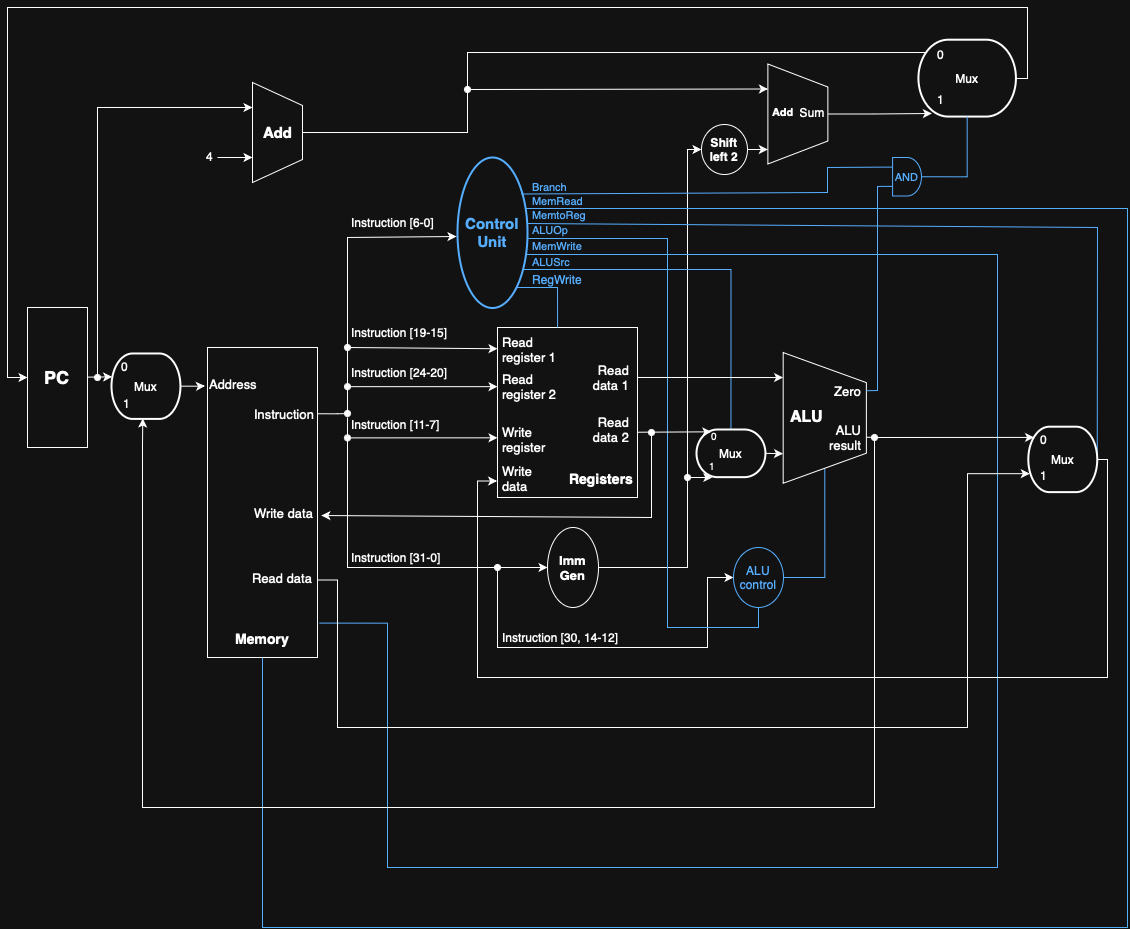
This is Semester4/CSA/Labwork3/schema.png from rmntim/ITMO, a draw.io export, as it was before one commit. Source tidied: cells renumbered, new cells last; positions are measured from the earlier drawing's top-left corner, leaving out a move shared by most shapes.
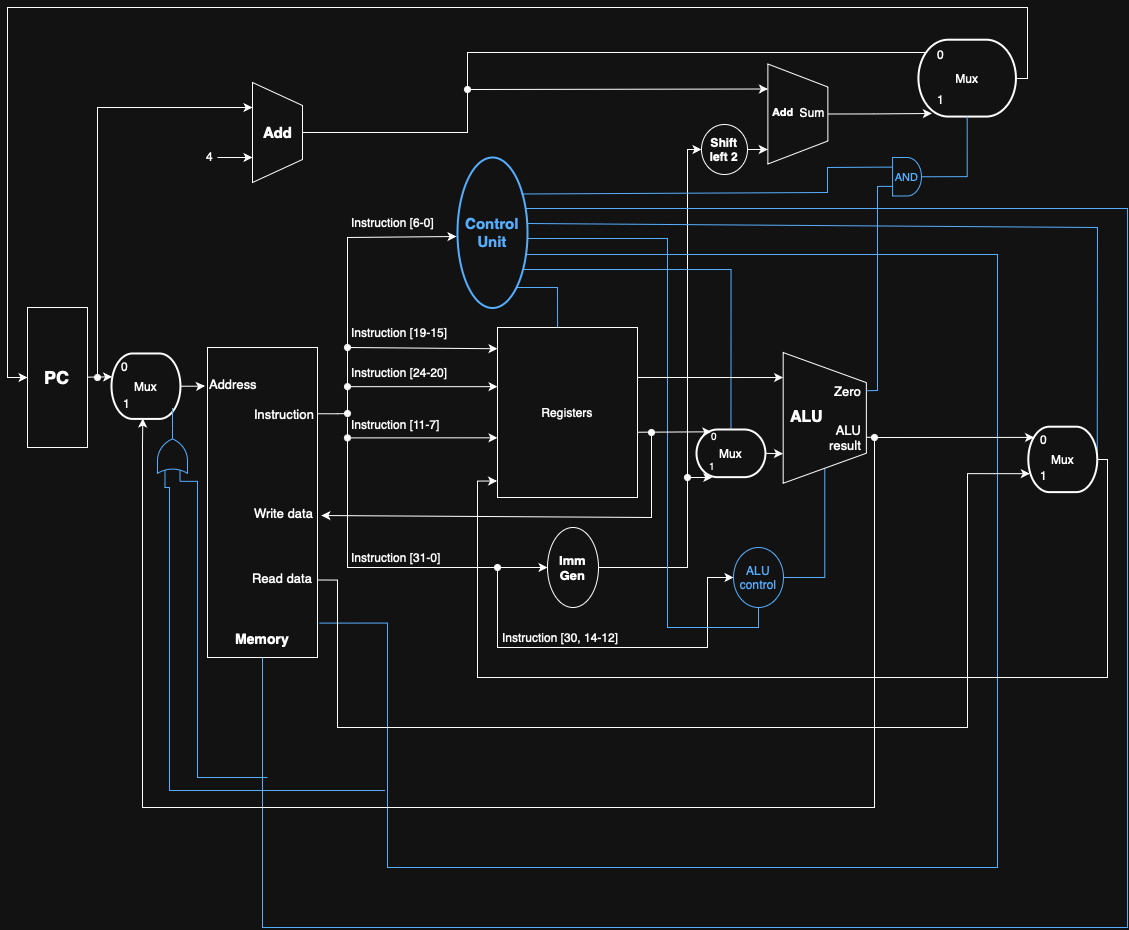
Above is the later version.

Change to the diagram source:
```diff
@@ -55,7 +55,7 @@
     <mxCell id="12" value="&lt;span style=&quot;&quot;&gt;&lt;b&gt;&lt;font style=&quot;font-size: 15px;&quot;&gt;Control&lt;/font&gt;&lt;/b&gt;&lt;/span&gt;&lt;div&gt;&lt;span style=&quot;font-size: 15px;&quot;&gt;&lt;b&gt;Unit&lt;/b&gt;&lt;/span&gt;&lt;/div&gt;" style="strokeWidth=2;html=1;shape=mxgraph.flowchart.start_2;whiteSpace=wrap;strokeColor=#0066CC;fontColor=#0066CC;" parent="1" vertex="1">
       <mxGeometry x="450" y="150" width="70" height="150.5" as="geometry" />
     </mxCell>
-    <mxCell id="13" style="rounded=0;whiteSpace=wrap;html=1;" parent="1" vertex="1">
+    <mxCell id="13" value="Registers" style="rounded=0;whiteSpace=wrap;html=1;" parent="1" vertex="1">
       <mxGeometry x="490" y="320" width="140" height="170" as="geometry" />
     </mxCell>
     <mxCell id="14" style="edgeStyle=orthogonalEdgeStyle;rounded=0;orthogonalLoop=1;jettySize=auto;html=1;exitX=1;exitY=0.5;exitDx=0;exitDy=0;endArrow=oval;endFill=1;" parent="1" edge="1">
@@ -103,18 +103,6 @@
     <mxCell id="23" value="Instruction [6-0]" style="text;html=1;align=left;verticalAlign=middle;strokeColor=none;fillColor=none;" parent="1" vertex="1">
       <mxGeometry x="342" y="200" width="110" height="30" as="geometry" />
     </mxCell>
-    <mxCell id="24" value="Read&lt;div&gt;register 1&lt;/div&gt;" style="text;html=1;align=left;verticalAlign=middle;whiteSpace=wrap;rounded=0;fontSize=13;" parent="1" vertex="1">
-      <mxGeometry x="493" y="327" width="60" height="30" as="geometry" />
-    </mxCell>
-    <mxCell id="25" value="Read&lt;div&gt;register 2&lt;/div&gt;" style="text;html=1;align=left;verticalAlign=middle;whiteSpace=wrap;rounded=0;fontSize=13;" parent="1" vertex="1">
-      <mxGeometry x="493" y="364.4" width="60" height="30" as="geometry" />
-    </mxCell>
-    <mxCell id="26" value="Write&lt;div&gt;register&lt;/div&gt;" style="text;html=1;align=left;verticalAlign=middle;whiteSpace=wrap;rounded=0;fontSize=13;" parent="1" vertex="1">
-      <mxGeometry x="493" y="417" width="60" height="30" as="geometry" />
-    </mxCell>
-    <mxCell id="27" value="Write&lt;div&gt;data&lt;/div&gt;" style="text;html=1;align=left;verticalAlign=middle;whiteSpace=wrap;rounded=0;fontSize=13;" parent="1" vertex="1">
-      <mxGeometry x="493" y="455.7" width="60" height="30" as="geometry" />
-    </mxCell>
     <mxCell id="28" style="edgeStyle=none;jettySize=auto;html=1;rounded=0;entryX=0;entryY=0.125;entryDx=0;entryDy=0;entryPerimeter=0;startArrow=oval;startFill=1;" parent="1" edge="1" target="13">
       <mxGeometry relative="1" as="geometry">
         <mxPoint x="340" y="340" as="sourcePoint" />
@@ -169,15 +157,6 @@
         </Array>
       </mxGeometry>
     </mxCell>
-    <mxCell id="38" value="Read&lt;div&gt;data 1&lt;/div&gt;" style="text;html=1;align=right;verticalAlign=middle;whiteSpace=wrap;rounded=0;fontSize=13;" parent="1" vertex="1">
-      <mxGeometry x="564" y="355" width="60" height="30" as="geometry" />
-    </mxCell>
-    <mxCell id="39" value="Read&lt;div&gt;data 2&lt;/div&gt;" style="text;html=1;align=right;verticalAlign=middle;whiteSpace=wrap;rounded=0;fontSize=13;" parent="1" vertex="1">
-      <mxGeometry x="564" y="407" width="60" height="30" as="geometry" />
-    </mxCell>
-    <mxCell id="40" value="&lt;b&gt;&lt;font&gt;Registers&lt;/font&gt;&lt;/b&gt;" style="text;html=1;align=center;verticalAlign=middle;whiteSpace=wrap;rounded=0;fontSize=14;" parent="1" vertex="1">
-      <mxGeometry x="564" y="455.7" width="60" height="30" as="geometry" />
-    </mxCell>
     <mxCell id="41" style="ellipse;whiteSpace=wrap;html=1;" parent="1" vertex="1">
       <mxGeometry x="694" y="117" width="46" height="50" as="geometry" />
     </mxCell>
@@ -272,27 +251,6 @@
         </Array>
       </mxGeometry>
     </mxCell>
-    <mxCell id="58" value="&lt;span style=&quot;color: rgb(0, 102, 204);&quot;&gt;Branch&lt;/span&gt;" style="text;strokeColor=none;align=left;fillColor=none;html=1;verticalAlign=middle;whiteSpace=wrap;rounded=0;fontSize=11;" parent="1" vertex="1">
-      <mxGeometry x="523" y="173" width="46" height="14" as="geometry" />
-    </mxCell>
-    <mxCell id="59" value="&lt;span style=&quot;color: rgb(0, 102, 204);&quot;&gt;MemRead&lt;/span&gt;" style="text;strokeColor=none;align=left;fillColor=none;html=1;verticalAlign=middle;whiteSpace=wrap;rounded=0;fontSize=11;" parent="1" vertex="1">
-      <mxGeometry x="523" y="186.5" width="57" height="14" as="geometry" />
-    </mxCell>
-    <mxCell id="60" value="&lt;span style=&quot;color: rgb(0, 102, 204);&quot;&gt;MemtoReg&lt;/span&gt;" style="text;strokeColor=none;align=left;fillColor=none;html=1;verticalAlign=middle;whiteSpace=wrap;rounded=0;fontSize=11;" parent="1" vertex="1">
-      <mxGeometry x="523" y="200.5" width="57" height="14" as="geometry" />
-    </mxCell>
-    <mxCell id="61" value="&lt;span style=&quot;color: rgb(0, 102, 204);&quot;&gt;ALUOp&lt;/span&gt;" style="text;strokeColor=none;align=left;fillColor=none;html=1;verticalAlign=middle;whiteSpace=wrap;rounded=0;fontSize=11;" parent="1" vertex="1">
-      <mxGeometry x="523" y="216" width="46" height="14" as="geometry" />
-    </mxCell>
-    <mxCell id="62" value="&lt;span style=&quot;color: rgb(0, 102, 204);&quot;&gt;MemWrite&lt;/span&gt;" style="text;strokeColor=none;align=left;fillColor=none;html=1;verticalAlign=middle;whiteSpace=wrap;rounded=0;fontSize=11;" parent="1" vertex="1">
-      <mxGeometry x="523" y="232.2" width="46" height="14" as="geometry" />
-    </mxCell>
-    <mxCell id="63" value="&lt;span style=&quot;color: rgb(0, 102, 204);&quot;&gt;ALUSrc&lt;/span&gt;" style="text;strokeColor=none;align=left;fillColor=none;html=1;verticalAlign=middle;whiteSpace=wrap;rounded=0;fontSize=11;" parent="1" vertex="1">
-      <mxGeometry x="523" y="248" width="46" height="14" as="geometry" />
-    </mxCell>
-    <mxCell id="64" value="&lt;span style=&quot;color: rgb(0, 102, 204);&quot;&gt;RegWrite&lt;/span&gt;" style="text;strokeColor=none;align=left;fillColor=none;html=1;verticalAlign=middle;whiteSpace=wrap;rounded=0;" parent="1" vertex="1">
-      <mxGeometry x="523" y="265" width="46" height="14" as="geometry" />
-    </mxCell>
     <mxCell id="65" value="Mux" style="strokeWidth=2;html=1;shape=mxgraph.flowchart.terminator;whiteSpace=wrap;" parent="1" vertex="1">
       <mxGeometry x="689" y="422" width="68.9" height="47.6" as="geometry" />
     </mxCell>
@@ -403,6 +361,15 @@
     <mxCell id="88" value="1" style="text;html=1;align=center;verticalAlign=middle;strokeColor=none;fillColor=none;" parent="1" vertex="1">
       <mxGeometry x="1021" y="453" width="30" height="30" as="geometry" />
     </mxCell>
+    <mxCell id="94" style="edgeStyle=orthogonalEdgeStyle;rounded=0;jettySize=auto;html=1;strokeColor=light-dark(#000000,#56AEFF);endArrow=none;startFill=0;entryX=0;entryY=0.75;entryDx=0;entryDy=0;entryPerimeter=0;" parent="1" edge="1" target="97">
+      <mxGeometry relative="1" as="geometry">
+        <mxPoint x="260" y="770" as="sourcePoint" />
+        <Array as="points">
+          <mxPoint x="190" y="770" />
+          <mxPoint x="190" y="474" />
+        </Array>
+      </mxGeometry>
+    </mxCell>
     <mxCell id="89" value="Mux" style="strokeWidth=2;html=1;shape=mxgraph.flowchart.terminator;whiteSpace=wrap;" parent="1" vertex="1">
       <mxGeometry x="104" y="346" width="68.9" height="65.4" as="geometry" />
     </mxCell>
@@ -418,5 +385,23 @@
     <mxCell id="93" style="edgeStyle=orthogonalEdgeStyle;rounded=0;jettySize=auto;html=1;entryX=-0.023;entryY=0.124;entryDx=0;entryDy=0;entryPerimeter=0;" parent="1" edge="1" source="89" target="4">
       <mxGeometry relative="1" as="geometry" />
     </mxCell>
+    <mxCell id="95" style="edgeStyle=orthogonalEdgeStyle;rounded=0;jettySize=auto;html=1;strokeColor=light-dark(#000000,#56AEFF);endArrow=none;startFill=0;exitX=0;exitY=0.25;exitDx=0;exitDy=0;exitPerimeter=0;" parent="1" edge="1" source="97">
+      <mxGeometry relative="1" as="geometry">
+        <mxPoint x="377.5" y="783" as="targetPoint" />
+        <Array as="points">
+          <mxPoint x="158" y="480" />
+          <mxPoint x="162" y="480" />
+          <mxPoint x="162" y="783" />
+        </Array>
+      </mxGeometry>
+    </mxCell>
+    <mxCell id="96" style="edgeStyle=orthogonalEdgeStyle;rounded=0;jettySize=auto;html=1;endArrow=none;startFill=0;strokeColor=light-dark(#000000,#56AEFF);" parent="1" edge="1" source="97">
+      <mxGeometry relative="1" as="geometry">
+        <mxPoint x="165" y="420" as="targetPoint" />
+      </mxGeometry>
+    </mxCell>
+    <mxCell id="97" style="verticalLabelPosition=bottom;shadow=0;dashed=0;align=center;html=1;verticalAlign=top;shape=mxgraph.electrical.logic_gates.logic_gate;operation=or;rotation=-90;strokeColor=light-dark(#000000,#56AEFF);" parent="1" vertex="1">
+      <mxGeometry x="138.5" y="432.3" width="53" height="30" as="geometry" />
+    </mxCell>
   </root>
 </mxGraphModel>
```
